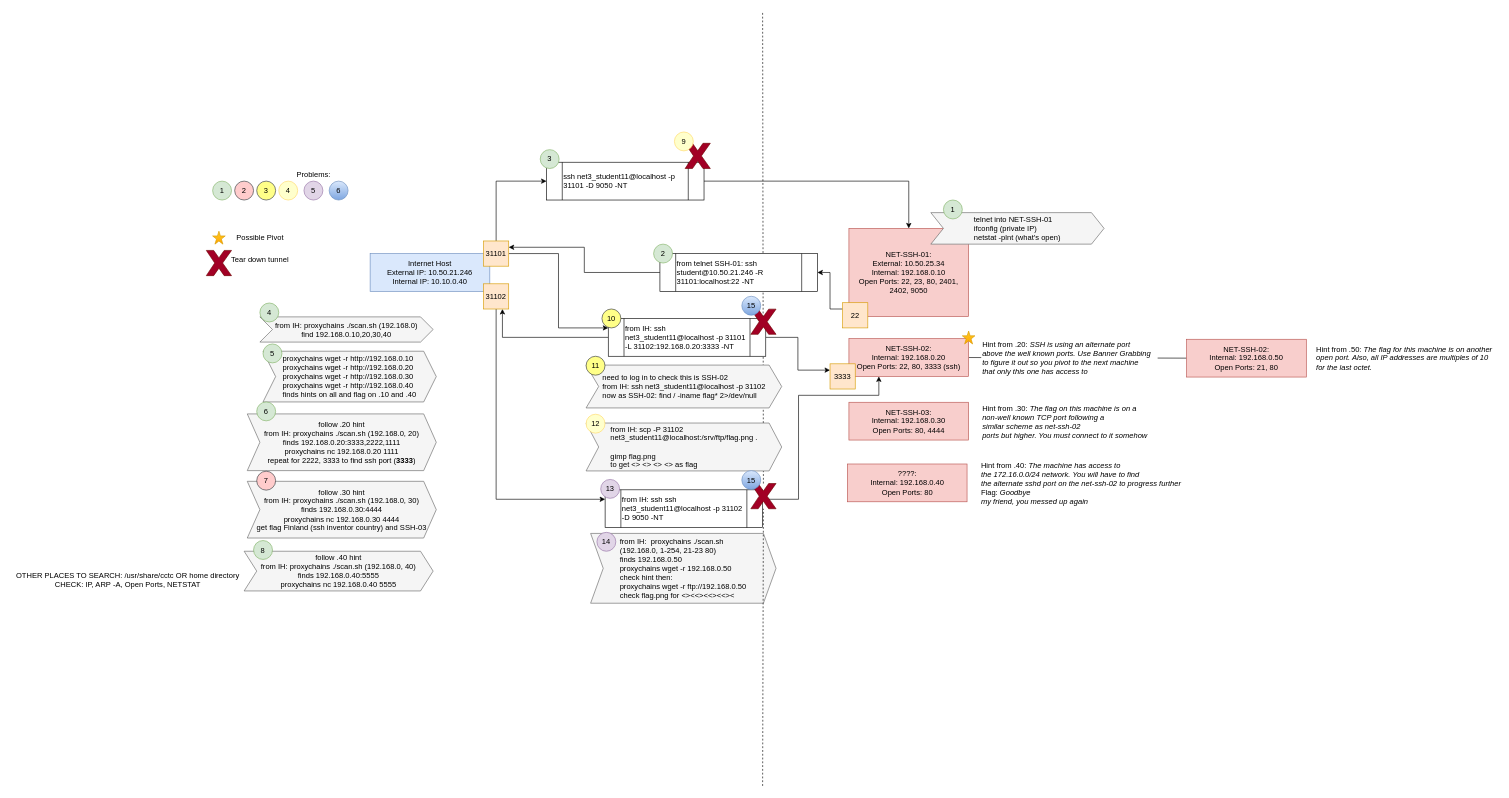
This is ctf/data_collection/CTF_data_collection6.drawio from abfarr/cctc, a draw.io file, before an edit. Source tidied: cells renumbered, new cells numbered last; positions are measured from the earlier drawing's top-left corner, leaving out a move shared by most shapes. Both pictures are drawn from the tidied source at 63%, with x=0, y=0 at pixel (11, 11).
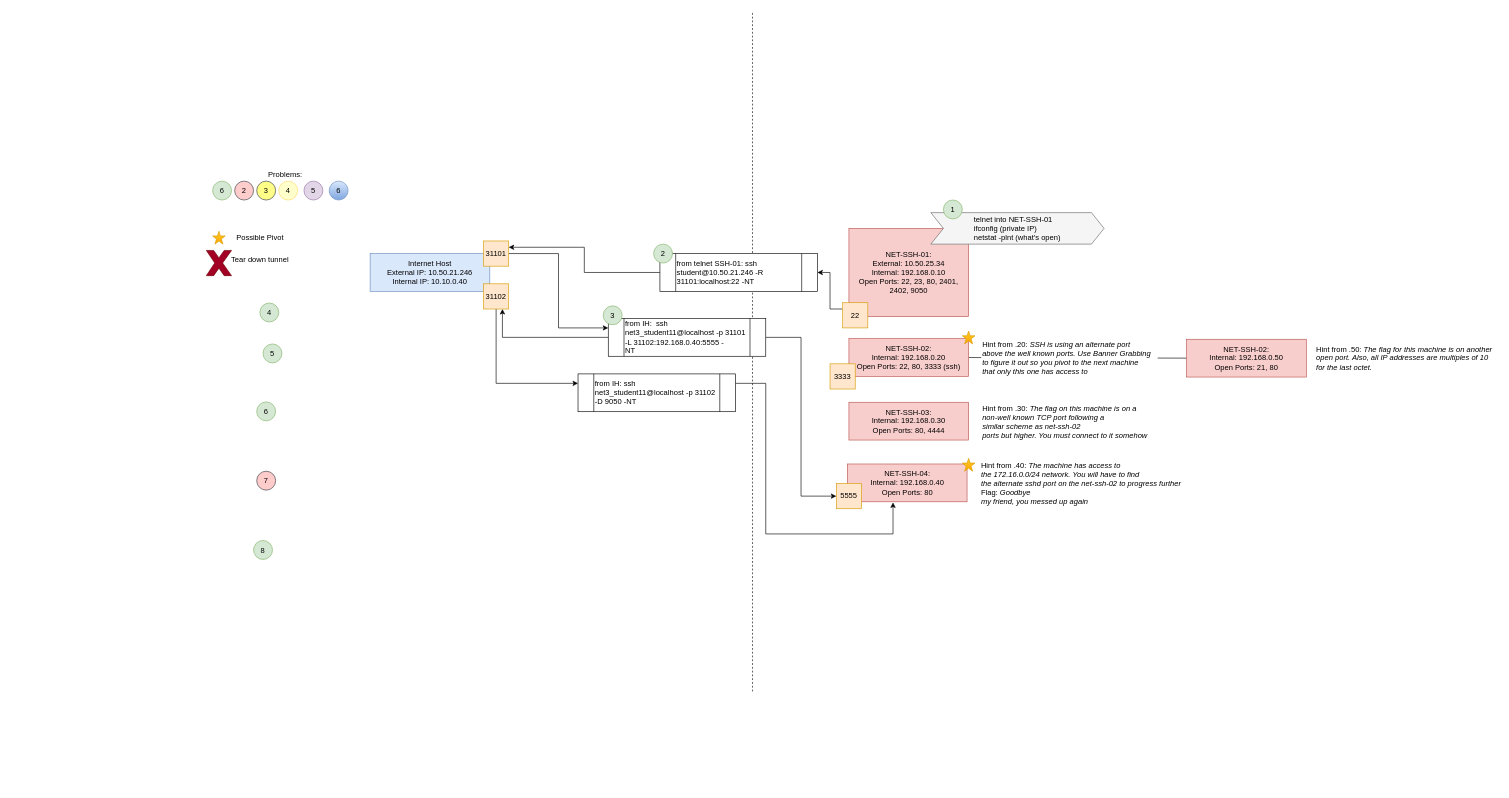
After the change.

Unchanged cells that the change refers to:
```xml
<mxCell id="5" value="NET-SSH-01:&lt;br&gt;External: 10.50.25.34&lt;br&gt;Internal:&amp;nbsp;192.168.0.10&lt;br&gt;Open Ports: 22, 23, 80, 2401, 2402, 9050" style="rounded=0;whiteSpace=wrap;html=1;fillColor=#f8cecc;strokeColor=#b85450;" parent="1" vertex="1">
  <mxGeometry x="1330" y="345" width="190" height="140" as="geometry" />
</mxCell>
<mxCell id="12" value="31101" style="whiteSpace=wrap;html=1;fillColor=#ffe6cc;strokeColor=#d79b00;" parent="1" vertex="1">
  <mxGeometry x="750" y="365" width="40" height="40" as="geometry" />
</mxCell>
<mxCell id="16" value="NET-SSH-02:&lt;br&gt;Internal:&amp;nbsp;192.168.0.20&lt;br&gt;Open Ports: 22, 80, 3333 (ssh)" style="rounded=0;whiteSpace=wrap;html=1;fillColor=#f8cecc;strokeColor=#b85450;" parent="1" vertex="1">
  <mxGeometry x="1330" y="520" width="190" height="60" as="geometry" />
</mxCell>
<mxCell id="43" value="3333" style="whiteSpace=wrap;html=1;fillColor=#ffe6cc;strokeColor=#d79b00;" parent="1" vertex="1">
  <mxGeometry x="1300" y="560" width="40" height="40" as="geometry" />
</mxCell>
```

The edit, as a diff of the source:
```diff
@@
-    <mxCell id="2" style="endArrow=none;dashed=1;html=1;rounded=0;fontColor=#000000;startArrow=none;" parent="1" edge="1" source="68">
+    <mxCell id="2" style="endArrow=none;dashed=1;html=1;rounded=0;fontColor=#000000;startArrow=none;" parent="1" edge="1">
       <mxGeometry relative="1" as="geometry">
-        <mxPoint x="1193" as="targetPoint" />
+        <mxPoint x="1177" y="1080" as="sourcePoint" />
+        <mxPoint x="1177" as="targetPoint" />
       </mxGeometry>
     </mxCell>
@@
-    <mxCell id="10" style="edgeStyle=orthogonalEdgeStyle;rounded=0;jettySize=auto;html=1;exitX=0.5;exitY=0;exitDx=0;exitDy=0;entryX=0;entryY=0.5;entryDx=0;entryDy=0;" parent="1" edge="1" source="12" target="14">
-      <mxGeometry relative="1" as="geometry" />
-    </mxCell>
@@
-    <mxCell id="13" style="edgeStyle=orthogonalEdgeStyle;rounded=0;jettySize=auto;html=1;exitX=1;exitY=0.5;exitDx=0;exitDy=0;entryX=0.5;entryY=0;entryDx=0;entryDy=0;" parent="1" edge="1" source="14" target="5">
-      <mxGeometry relative="1" as="geometry" />
-    </mxCell>
-    <mxCell id="14" value="ssh net3_student11@localhost -p 31101 -D 9050 -NT" style="shape=process;whiteSpace=wrap;html=1;backgroundOutline=1;align=left;" parent="1" vertex="1">
-      <mxGeometry x="850" y="240" width="250" height="60" as="geometry" />
-    </mxCell>
-    <mxCell id="15" value="3" style="ellipse;whiteSpace=wrap;html=1;fillColor=#d5e8d4;strokeColor=#82b366;" parent="1" vertex="1">
-      <mxGeometry x="840" y="220" width="30" height="30" as="geometry" />
-    </mxCell>
@@
-    <mxCell id="18" value="????:&lt;br&gt;Internal:&amp;nbsp;192.168.0.40&lt;br&gt;Open Ports: 80" style="rounded=0;whiteSpace=wrap;html=1;fillColor=#f8cecc;strokeColor=#b85450;" parent="1" vertex="1">
+    <mxCell id="18" value="NET-SSH-04:&lt;br&gt;Internal:&amp;nbsp;192.168.0.40&lt;br&gt;Open Ports: 80" style="rounded=0;whiteSpace=wrap;html=1;fillColor=#f8cecc;strokeColor=#b85450;" parent="1" vertex="1">
       <mxGeometry x="1327.5" y="719" width="190" height="60" as="geometry" />
     </mxCell>
-    <mxCell id="19" value="&lt;span style=&quot;color: rgb(0 , 0 , 0) ; text-align: left&quot;&gt;from IH:&amp;nbsp;&lt;/span&gt;&lt;font color=&quot;#000000&quot;&gt;proxychains ./scan.sh (192.168.0)&lt;br&gt;find 192.168.0.10,20,30,40&lt;br&gt;&lt;/font&gt;" style="shape=step;perimeter=stepPerimeter;whiteSpace=wrap;html=1;fixedSize=1;align=center;fillColor=#f5f5f5;fontColor=#333333;strokeColor=#666666;" parent="1" vertex="1">
-      <mxGeometry x="395" y="485.5" width="275" height="40" as="geometry" />
-    </mxCell>
@@
-    <mxCell id="24" value="&lt;div style=&quot;text-align: left&quot;&gt;&lt;span style=&quot;color: rgb(0 , 0 , 0)&quot;&gt;proxychains wget -r http://192.168.0.10&lt;/span&gt;&lt;/div&gt;&lt;div style=&quot;text-align: left&quot;&gt;&lt;span style=&quot;color: rgb(0 , 0 , 0)&quot;&gt;proxychains wget -r http://192.168.0.20&lt;/span&gt;&lt;span style=&quot;color: rgb(0 , 0 , 0)&quot;&gt;&lt;br&gt;&lt;/span&gt;&lt;/div&gt;&lt;div style=&quot;text-align: left&quot;&gt;&lt;span style=&quot;color: rgb(0 , 0 , 0)&quot;&gt;proxychains wget -r http://192.168.0.30&lt;/span&gt;&lt;span style=&quot;color: rgb(0 , 0 , 0)&quot;&gt;&lt;br&gt;&lt;/span&gt;&lt;/div&gt;&lt;div style=&quot;text-align: left&quot;&gt;&lt;span style=&quot;color: rgb(0 , 0 , 0)&quot;&gt;proxychains wget -r http://192.168.0.40&lt;/span&gt;&lt;span style=&quot;color: rgb(0 , 0 , 0)&quot;&gt;&lt;br&gt;&lt;/span&gt;&lt;/div&gt;&lt;div style=&quot;text-align: left&quot;&gt;&lt;span style=&quot;color: rgb(0 , 0 , 0)&quot;&gt;finds hints on all and flag on .10 and .40&lt;/span&gt;&lt;/div&gt;" style="shape=step;perimeter=stepPerimeter;whiteSpace=wrap;html=1;fixedSize=1;align=center;fillColor=#f5f5f5;fontColor=#333333;strokeColor=#666666;" parent="1" vertex="1">
-      <mxGeometry x="400" y="540" width="275" height="80.5" as="geometry" />
-    </mxCell>
@@
     <mxCell id="26" value="Problems:" style="text;html=1;align=center;verticalAlign=middle;strokeColor=none;fillColor=none;" parent="1" vertex="1">
-      <mxGeometry x="445" y="250" width="70" height="20" as="geometry" />
+      <mxGeometry x="400" y="250" width="70" height="20" as="geometry" />
     </mxCell>
@@
-    <mxCell id="30" value="&lt;span style=&quot;color: rgb(0 , 0 , 0) ; text-align: left&quot;&gt;follow .20 hint&lt;br&gt;from IH:&amp;nbsp;&lt;/span&gt;&lt;font color=&quot;#000000&quot;&gt;proxychains ./scan.sh (192.168.0, 20)&lt;br&gt;finds 192.168.0.20:3333,2222,1111&lt;br&gt;&lt;/font&gt;&lt;span style=&quot;color: rgb(0 , 0 , 0)&quot;&gt;proxychains nc 192.168.0.20 1111&lt;/span&gt;&lt;br style=&quot;color: rgb(0 , 0 , 0)&quot;&gt;&lt;span style=&quot;color: rgb(0 , 0 , 0)&quot;&gt;repeat for 2222, 3333 to find ssh port (&lt;/span&gt;&lt;b style=&quot;color: rgb(0 , 0 , 0)&quot;&gt;3333&lt;/b&gt;&lt;span style=&quot;color: rgb(0 , 0 , 0)&quot;&gt;)&lt;/span&gt;&lt;font color=&quot;#000000&quot;&gt;&lt;br&gt;&lt;/font&gt;" style="shape=step;perimeter=stepPerimeter;whiteSpace=wrap;html=1;fixedSize=1;align=center;fillColor=#f5f5f5;fontColor=#333333;strokeColor=#666666;" parent="1" vertex="1">
-      <mxGeometry x="375" y="639.5" width="300" height="90" as="geometry" />
-    </mxCell>
@@
-    <mxCell id="32" value="&lt;span style=&quot;color: rgb(0 , 0 , 0) ; text-align: left&quot;&gt;follow .30 hint&lt;br&gt;from IH:&amp;nbsp;&lt;/span&gt;&lt;font color=&quot;#000000&quot;&gt;proxychains ./scan.sh (192.168.0, 30)&lt;br&gt;finds 192.168.0.30:4444&lt;br&gt;&lt;/font&gt;&lt;span style=&quot;color: rgb(0 , 0 , 0)&quot;&gt;proxychains nc 192.168.0.30 4444&lt;br&gt;&lt;/span&gt;&lt;font color=&quot;#000000&quot;&gt;get flag Finland (ssh inventor country) and SSH-03&lt;br&gt;&lt;/font&gt;" style="shape=step;perimeter=stepPerimeter;whiteSpace=wrap;html=1;fixedSize=1;align=center;fillColor=#f5f5f5;fontColor=#333333;strokeColor=#666666;" parent="1" vertex="1">
-      <mxGeometry x="375" y="746.5" width="300" height="90" as="geometry" />
-    </mxCell>
@@
-    <mxCell id="34" value="&lt;span style=&quot;color: rgb(0 , 0 , 0) ; text-align: left&quot;&gt;follow .40 hint&lt;br&gt;from IH:&amp;nbsp;&lt;/span&gt;&lt;font color=&quot;#000000&quot;&gt;proxychains ./scan.sh (192.168.0, 40)&lt;br&gt;finds 192.168.0.40:5555&lt;br&gt;&lt;/font&gt;&lt;span style=&quot;color: rgb(0 , 0 , 0)&quot;&gt;proxychains nc 192.168.0.40 5555&lt;/span&gt;&lt;font color=&quot;#000000&quot;&gt;&lt;br&gt;&lt;/font&gt;" style="shape=step;perimeter=stepPerimeter;whiteSpace=wrap;html=1;fixedSize=1;align=center;fillColor=#f5f5f5;fontColor=#333333;strokeColor=#666666;" parent="1" vertex="1">
-      <mxGeometry x="370" y="857.5" width="300" height="63" as="geometry" />
-    </mxCell>
@@
-    <mxCell id="36" value="&lt;div&gt;OTHER PLACES TO SEARCH: /usr/share/cctc OR home directory&lt;/div&gt;&lt;div&gt;CHECK: IP, ARP -A, Open Ports, NETSTAT&lt;/div&gt;" style="text;html=1;align=center;verticalAlign=middle;strokeColor=none;fillColor=none;" parent="1" vertex="1">
-      <mxGeometry y="887.5" width="370" height="30" as="geometry" />
-    </mxCell>
-    <mxCell id="37" style="verticalLabelPosition=bottom;verticalAlign=top;html=1;shape=mxgraph.basic.x;fillColor=#a20025;fontColor=#ffffff;strokeColor=#6F0000;" parent="1" vertex="1">
-      <mxGeometry x="1070" y="210" width="40" height="40" as="geometry" />
-    </mxCell>
-    <mxCell id="38" value="9" style="ellipse;whiteSpace=wrap;html=1;fillColor=#FFFFCC;strokeColor=#FFD966;" parent="1" vertex="1">
-      <mxGeometry x="1053" y="192" width="30" height="30" as="geometry" />
-    </mxCell>
-    <mxCell id="39" style="edgeStyle=orthogonalEdgeStyle;rounded=0;jettySize=auto;html=1;exitX=1;exitY=0.5;exitDx=0;exitDy=0;entryX=0;entryY=0.25;entryDx=0;entryDy=0;" parent="1" edge="1" source="41" target="43">
+    <mxCell id="39" style="edgeStyle=orthogonalEdgeStyle;rounded=0;jettySize=auto;html=1;exitX=1;exitY=0.5;exitDx=0;exitDy=0;entryX=0;entryY=0.5;entryDx=0;entryDy=0;" parent="1" edge="1" source="41" target="73">
       <mxGeometry relative="1" as="geometry" />
     </mxCell>
@@
-    <mxCell id="41" value="from IH:&amp;nbsp;ssh net3_student11@localhost -p 31101 -L 31102:192.168.0.20:3333 -NT" style="shape=process;whiteSpace=wrap;html=1;backgroundOutline=1;align=left;" parent="1" vertex="1">
+    <mxCell id="41" value="from IH:&amp;nbsp;&lt;span&gt;&amp;nbsp;ssh net3_student11@localhost -p 31101 -L 31102:192.168.0.40:5555 -&lt;/span&gt;&lt;div&gt;NT&lt;/div&gt;" style="shape=process;whiteSpace=wrap;html=1;backgroundOutline=1;align=left;" parent="1" vertex="1">
       <mxGeometry x="948" y="488" width="250" height="60" as="geometry" />
     </mxCell>
-    <mxCell id="42" value="10" style="ellipse;whiteSpace=wrap;html=1;fillColor=#ffff88;strokeColor=#36393d;" parent="1" vertex="1">
-      <mxGeometry x="938" y="473" width="30" height="30" as="geometry" />
-    </mxCell>
@@
-    <mxCell id="44" value="&lt;div style=&quot;text-align: left&quot;&gt;&lt;span style=&quot;color: rgb(0 , 0 , 0)&quot;&gt;need to log in to check this is SSH-02&lt;/span&gt;&lt;br style=&quot;color: rgb(0 , 0 , 0)&quot;&gt;&lt;span style=&quot;color: rgb(0 , 0 , 0)&quot;&gt;from IH:&amp;nbsp;ssh net3_student11@localhost -p 31102&lt;/span&gt;&lt;br&gt;&lt;/div&gt;&lt;div style=&quot;text-align: left&quot;&gt;&lt;span style=&quot;color: rgb(0 , 0 , 0)&quot;&gt;now as SSH-02: find / -iname flag* 2&amp;gt;/dev/null&lt;/span&gt;&lt;br&gt;&lt;/div&gt;" style="shape=step;perimeter=stepPerimeter;html=1;fixedSize=1;align=center;fillColor=#f5f5f5;fontColor=#333333;strokeColor=#666666;whiteSpace=wrap;" parent="1" vertex="1">
-      <mxGeometry x="912.8" y="562" width="310.5" height="68" as="geometry" />
-    </mxCell>
-    <mxCell id="45" value="11" style="ellipse;whiteSpace=wrap;html=1;fillColor=#ffff88;strokeColor=#36393d;" parent="1" vertex="1">
-      <mxGeometry x="912.8" y="548" width="30" height="30" as="geometry" />
-    </mxCell>
@@
-    <mxCell id="48" value="&lt;div style=&quot;text-align: left&quot;&gt;&lt;font color=&quot;#000000&quot;&gt;from IH: scp -P 31102&amp;nbsp;&lt;/font&gt;&lt;/div&gt;&lt;div style=&quot;text-align: left&quot;&gt;&lt;font color=&quot;#000000&quot;&gt;net3_student11@localhost:/srv/ftp/flag.png .&lt;/font&gt;&lt;br&gt;&lt;/div&gt;&lt;div style=&quot;text-align: left&quot;&gt;&lt;font color=&quot;#000000&quot;&gt;&lt;br&gt;&lt;/font&gt;&lt;/div&gt;&lt;div style=&quot;text-align: left&quot;&gt;&lt;font color=&quot;#000000&quot;&gt;gimp flag.png&lt;/font&gt;&lt;/div&gt;&lt;div style=&quot;text-align: left&quot;&gt;&lt;font color=&quot;#000000&quot;&gt;to get &amp;lt;&amp;gt; &amp;lt;&amp;gt; &amp;lt;&amp;gt; &amp;lt;&amp;gt; as flag&lt;/font&gt;&lt;/div&gt;" style="shape=step;perimeter=stepPerimeter;html=1;fixedSize=1;align=center;fillColor=#f5f5f5;fontColor=#333333;strokeColor=#666666;whiteSpace=wrap;" parent="1" vertex="1">
-      <mxGeometry x="912.8" y="654" width="310.5" height="76" as="geometry" />
-    </mxCell>
-    <mxCell id="49" value="12" style="ellipse;whiteSpace=wrap;html=1;fillColor=#FFFFCC;strokeColor=#FFD966;" parent="1" vertex="1">
-      <mxGeometry x="912.8" y="640" width="30" height="30" as="geometry" />
-    </mxCell>
-    <mxCell id="50" style="edgeStyle=orthogonalEdgeStyle;rounded=0;jettySize=auto;html=1;exitX=1;exitY=0.25;exitDx=0;exitDy=0;entryX=0.25;entryY=1;entryDx=0;entryDy=0;fontColor=#99FF99;" parent="1" edge="1" source="51" target="16">
+    <mxCell id="50" style="edgeStyle=orthogonalEdgeStyle;rounded=0;jettySize=auto;html=1;exitX=1;exitY=0.25;exitDx=0;exitDy=0;fontColor=#99FF99;" parent="1" edge="1" source="51">
       <mxGeometry relative="1" as="geometry">
+        <mxPoint x="1400" y="780" as="targetPoint" />
         <Array as="points">
-          <mxPoint x="1250" y="775" />
-          <mxPoint x="1250" y="610" />
-          <mxPoint x="1378" y="610" />
+          <mxPoint x="1198" y="591" />
+          <mxPoint x="1198" y="830" />
+          <mxPoint x="1400" y="830" />
         </Array>
       </mxGeometry>
     </mxCell>
-    <mxCell id="51" value="from IH:&amp;nbsp;ssh ssh net3_student11@localhost -p 31102 -D 9050 -NT" style="shape=process;whiteSpace=wrap;html=1;backgroundOutline=1;align=left;" parent="1" vertex="1">
-      <mxGeometry x="943" y="760" width="250" height="60" as="geometry" />
+    <mxCell id="51" value="from IH:&amp;nbsp;ssh net3_student11@localhost -p 31102 -D 9050 -NT" style="shape=process;whiteSpace=wrap;html=1;backgroundOutline=1;align=left;" parent="1" vertex="1">
+      <mxGeometry x="900" y="576" width="250" height="60" as="geometry" />
     </mxCell>
-    <mxCell id="52" value="13" style="ellipse;whiteSpace=wrap;html=1;fillColor=#e1d5e7;strokeColor=#9673a6;" parent="1" vertex="1">
-      <mxGeometry x="936" y="743.5" width="30" height="30" as="geometry" />
-    </mxCell>
-    <mxCell id="53" value="1" style="ellipse;whiteSpace=wrap;html=1;fillColor=#d5e8d4;strokeColor=#82b366;" parent="1" vertex="1">
+    <mxCell id="53" value="6" style="ellipse;whiteSpace=wrap;html=1;fillColor=#d5e8d4;strokeColor=#82b366;" parent="1" vertex="1">
       <mxGeometry x="320" y="270" width="30" height="30" as="geometry" />
     </mxCell>
@@
-    <mxCell id="58" value="&lt;div style=&quot;text-align: left&quot;&gt;&lt;font color=&quot;#000000&quot;&gt;from IH:&amp;nbsp;&amp;nbsp;&lt;/font&gt;&lt;span style=&quot;color: rgb(0 , 0 , 0)&quot;&gt;proxychains ./scan.sh&amp;nbsp;&lt;/span&gt;&lt;/div&gt;&lt;div style=&quot;text-align: left&quot;&gt;&lt;span style=&quot;color: rgb(0 , 0 , 0)&quot;&gt;(192.168.0, 1-254, 21-23 80)&lt;/span&gt;&lt;/div&gt;&lt;div style=&quot;text-align: left&quot;&gt;&lt;span style=&quot;color: rgb(0 , 0 , 0)&quot;&gt;finds 192.168.0.50&lt;/span&gt;&lt;/div&gt;&lt;div style=&quot;text-align: left&quot;&gt;&lt;span style=&quot;color: rgb(0 , 0 , 0)&quot;&gt;proxychains wget -r 192.168.0.50&lt;/span&gt;&lt;/div&gt;&lt;div style=&quot;text-align: left&quot;&gt;&lt;span style=&quot;color: rgb(0 , 0 , 0)&quot;&gt;check hint then:&amp;nbsp;&lt;/span&gt;&lt;/div&gt;&lt;div style=&quot;text-align: left&quot;&gt;&lt;span&gt;&lt;font color=&quot;#000000&quot;&gt;proxychains wget -r ftp://192.168.0.50&lt;/font&gt;&lt;/span&gt;&lt;/div&gt;&lt;div style=&quot;text-align: left&quot;&gt;&lt;span&gt;&lt;font color=&quot;#000000&quot;&gt;check flag.png for&amp;nbsp;&lt;/font&gt;&lt;/span&gt;&lt;span style=&quot;color: rgb(0 , 0 , 0)&quot;&gt;&amp;lt;&amp;gt;&amp;lt;&amp;lt;&amp;gt;&amp;lt;&amp;lt;&amp;gt;&amp;lt;&amp;lt;&amp;gt;&amp;lt;&lt;/span&gt;&lt;/div&gt;" style="shape=step;perimeter=stepPerimeter;html=1;fixedSize=1;align=center;fillColor=#f5f5f5;fontColor=#333333;strokeColor=#666666;whiteSpace=wrap;" parent="1" vertex="1">
-      <mxGeometry x="920" y="829.2" width="294.3" height="110.8" as="geometry" />
-    </mxCell>
-    <mxCell id="59" value="14" style="ellipse;whiteSpace=wrap;html=1;fillColor=#e1d5e7;strokeColor=#9673a6;" parent="1" vertex="1">
-      <mxGeometry x="930" y="827.5" width="30" height="30" as="geometry" />
-    </mxCell>
@@
-    <mxCell id="68" style="verticalLabelPosition=bottom;verticalAlign=top;html=1;shape=mxgraph.basic.x;fillColor=#a20025;fontColor=#ffffff;strokeColor=#6F0000;" parent="1" vertex="1">
-      <mxGeometry x="1174.3" y="750" width="40" height="40" as="geometry" />
-    </mxCell>
-    <mxCell id="69" style="endArrow=none;dashed=1;html=1;rounded=0;fontColor=#000000;" parent="1" edge="1" target="68">
-      <mxGeometry relative="1" as="geometry">
-        <mxPoint x="1193" y="1230" as="sourcePoint" />
-      </mxGeometry>
-    </mxCell>
-    <mxCell id="70" value="15" style="ellipse;whiteSpace=wrap;html=1;fillColor=#dae8fc;strokeColor=#6c8ebf;gradientColor=#7ea6e0;" parent="1" vertex="1">
-      <mxGeometry x="1160" y="729.5" width="30" height="30" as="geometry" />
-    </mxCell>
-    <mxCell id="71" style="verticalLabelPosition=bottom;verticalAlign=top;html=1;shape=mxgraph.basic.x;fillColor=#a20025;fontColor=#ffffff;strokeColor=#6F0000;" parent="1" vertex="1">
-      <mxGeometry x="1174.3" y="473.2" width="40" height="40" as="geometry" />
-    </mxCell>
-    <mxCell id="72" value="15" style="ellipse;whiteSpace=wrap;html=1;fillColor=#dae8fc;strokeColor=#6c8ebf;gradientColor=#7ea6e0;" parent="1" vertex="1">
-      <mxGeometry x="1160" y="452.8" width="30" height="30" as="geometry" />
-    </mxCell>
+    <mxCell id="15" value="3" style="ellipse;whiteSpace=wrap;html=1;fillColor=#d5e8d4;strokeColor=#82b366;" parent="1" vertex="1">
+      <mxGeometry x="940" y="468" width="30" height="30" as="geometry" />
+    </mxCell>
+    <mxCell id="73" value="5555" style="whiteSpace=wrap;html=1;fillColor=#ffe6cc;strokeColor=#d79b00;" parent="1" vertex="1">
+      <mxGeometry x="1310" y="750" width="40" height="40" as="geometry" />
+    </mxCell>
+    <mxCell id="74" style="verticalLabelPosition=bottom;verticalAlign=top;html=1;shape=mxgraph.basic.star;strokeColor=#d79b00;fillColor=#ffcd28;gradientColor=#ffa500;" parent="1" vertex="1">
+      <mxGeometry x="1510" y="710" width="20" height="20.5" as="geometry" />
+    </mxCell>
```
